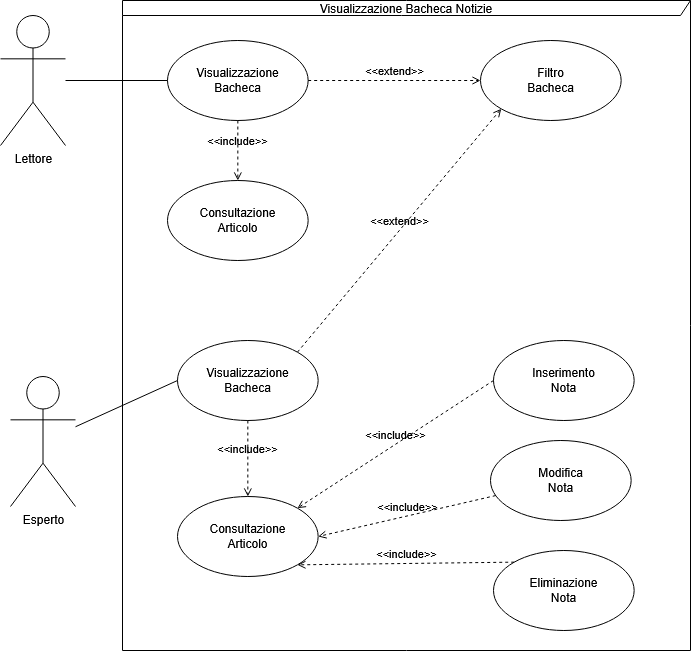
Before: docs/diagrams_src/RAD_Diagrams/UCD_VBN.png, a diagram exported from draw.io (AndreaRainone/FARIS). Source tidied: cells renumbered, new cells last; positions are measured from the earlier drawing's top-left corner, leaving out a move shared by most shapes. Its diagram source:
```xml
<mxGraphModel>
  <root>
    <mxCell id="0" />
    <mxCell id="1" parent="0" />
    <mxCell id="2" value="Visualizzazione Bacheca Notizie" style="shape=umlFrame;whiteSpace=wrap;html=1;width=640;height=15;fillColor=none;" parent="1" vertex="1">
      <mxGeometry x="122" width="568" height="650" as="geometry" />
    </mxCell>
    <mxCell id="3" style="rounded=0;jettySize=auto;html=1;entryX=0;entryY=0.5;entryDx=0;entryDy=0;defaultLabelBackgroundColor=page;endArrow=none;endFill=0;" parent="1" edge="1" source="4" target="10">
      <mxGeometry relative="1" as="geometry" />
    </mxCell>
    <mxCell id="4" value="Lettore" style="shape=umlActor;verticalLabelPosition=bottom;verticalAlign=top;html=1;labelPerimeter=1;" parent="1" vertex="1">
      <mxGeometry y="15" width="65" height="130" as="geometry" />
    </mxCell>
    <mxCell id="5" value="Inserimento&lt;br&gt;Nota" style="ellipse;html=1;whiteSpace=wrap;fillColor=none;" parent="1" vertex="1">
      <mxGeometry x="493" y="340" width="140.7" height="80" as="geometry" />
    </mxCell>
    <mxCell id="6" style="rounded=0;jettySize=auto;html=1;entryX=0;entryY=0.5;entryDx=0;entryDy=0;defaultLabelBackgroundColor=page;endArrow=none;endFill=0;" parent="1" edge="1" source="7" target="17">
      <mxGeometry relative="1" as="geometry" />
    </mxCell>
    <mxCell id="7" value="Esperto" style="shape=umlActor;verticalLabelPosition=bottom;verticalAlign=top;html=1;labelPerimeter=1;" parent="1" vertex="1">
      <mxGeometry x="10" y="376" width="65" height="130" as="geometry" />
    </mxCell>
    <mxCell id="8" value="Modifica&lt;br&gt;Nota" style="ellipse;html=1;whiteSpace=wrap;fillColor=none;" parent="1" vertex="1">
      <mxGeometry x="490" y="440" width="140.7" height="80" as="geometry" />
    </mxCell>
    <mxCell id="9" value="Eliminazione&lt;br&gt;Nota" style="ellipse;html=1;whiteSpace=wrap;fillColor=none;" parent="1" vertex="1">
      <mxGeometry x="493" y="550" width="140.7" height="80" as="geometry" />
    </mxCell>
    <mxCell id="10" value="Visualizzazione&lt;br&gt;Bacheca" style="ellipse;html=1;whiteSpace=wrap;fillColor=none;" parent="1" vertex="1">
      <mxGeometry x="167" y="40" width="140.7" height="80" as="geometry" />
    </mxCell>
    <mxCell id="11" value="Consultazione&lt;br&gt;Articolo" style="ellipse;html=1;whiteSpace=wrap;fillColor=none;" parent="1" vertex="1">
      <mxGeometry x="177" y="496" width="140.7" height="80" as="geometry" />
    </mxCell>
    <mxCell id="12" value="Filtro&lt;br&gt;Bacheca" style="ellipse;html=1;whiteSpace=wrap;fillColor=none;" parent="1" vertex="1">
      <mxGeometry x="480" y="40" width="140.7" height="80" as="geometry" />
    </mxCell>
    <mxCell id="13" value="&amp;lt;&amp;lt;extend&amp;gt;&amp;gt;" style="html=1;verticalAlign=bottom;labelBackgroundColor=none;endArrow=open;endFill=0;dashed=1;rounded=0;defaultLabelBackgroundColor=page;entryX=0;entryY=0.5;entryDx=0;entryDy=0;exitX=1;exitY=0.5;exitDx=0;exitDy=0;" parent="1" edge="1" source="10" target="12">
      <mxGeometry relative="1" as="geometry" />
    </mxCell>
    <mxCell id="14" value="&amp;lt;&amp;lt;include&amp;gt;&amp;gt;" style="html=1;verticalAlign=bottom;labelBackgroundColor=none;endArrow=open;endFill=0;dashed=1;rounded=0;defaultLabelBackgroundColor=page;entryX=1;entryY=0;entryDx=0;entryDy=0;exitX=0;exitY=0.5;exitDx=0;exitDy=0;" parent="1" edge="1" source="5" target="11">
      <mxGeometry relative="1" as="geometry" />
    </mxCell>
    <mxCell id="15" value="&amp;lt;&amp;lt;include&amp;gt;&amp;gt;" style="html=1;verticalAlign=bottom;labelBackgroundColor=none;endArrow=open;endFill=0;dashed=1;rounded=0;defaultLabelBackgroundColor=page;entryX=1;entryY=0.5;entryDx=0;entryDy=0;" parent="1" edge="1" source="8" target="11">
      <mxGeometry relative="1" as="geometry" />
    </mxCell>
    <mxCell id="16" value="&amp;lt;&amp;lt;include&amp;gt;&amp;gt;" style="html=1;verticalAlign=bottom;labelBackgroundColor=none;endArrow=open;endFill=0;dashed=1;rounded=0;defaultLabelBackgroundColor=page;entryX=1;entryY=1;entryDx=0;entryDy=0;exitX=0;exitY=0;exitDx=0;exitDy=0;" parent="1" edge="1" source="9" target="11">
      <mxGeometry relative="1" as="geometry" />
    </mxCell>
    <mxCell id="17" value="Visualizzazione&lt;br&gt;Bacheca" style="ellipse;html=1;whiteSpace=wrap;fillColor=none;" parent="1" vertex="1">
      <mxGeometry x="177" y="340" width="140.7" height="80" as="geometry" />
    </mxCell>
    <mxCell id="18" value="Consultazione&lt;br&gt;Articolo" style="ellipse;html=1;whiteSpace=wrap;fillColor=none;" parent="1" vertex="1">
      <mxGeometry x="167" y="180" width="140.7" height="80" as="geometry" />
    </mxCell>
    <mxCell id="19" value="&amp;lt;&amp;lt;include&amp;gt;&amp;gt;" style="html=1;verticalAlign=bottom;labelBackgroundColor=none;endArrow=open;endFill=0;dashed=1;rounded=0;defaultLabelBackgroundColor=page;exitX=0.5;exitY=1;exitDx=0;exitDy=0;" parent="1" edge="1" source="17" target="11">
      <mxGeometry relative="1" as="geometry" />
    </mxCell>
    <mxCell id="20" value="&amp;lt;&amp;lt;extend&amp;gt;&amp;gt;" style="html=1;verticalAlign=bottom;labelBackgroundColor=none;endArrow=open;endFill=0;dashed=1;rounded=0;defaultLabelBackgroundColor=page;exitX=1;exitY=0;exitDx=0;exitDy=0;entryX=0;entryY=1;entryDx=0;entryDy=0;" parent="1" edge="1" source="17" target="12">
      <mxGeometry relative="1" as="geometry" />
    </mxCell>
    <mxCell id="21" value="&amp;lt;&amp;lt;include&amp;gt;&amp;gt;" style="html=1;verticalAlign=bottom;labelBackgroundColor=none;endArrow=open;endFill=0;dashed=1;rounded=0;defaultLabelBackgroundColor=page;exitX=0.5;exitY=1;exitDx=0;exitDy=0;entryX=0.5;entryY=0;entryDx=0;entryDy=0;" parent="1" edge="1" source="10" target="18">
      <mxGeometry relative="1" as="geometry" />
    </mxCell>
  </root>
</mxGraphModel>
```
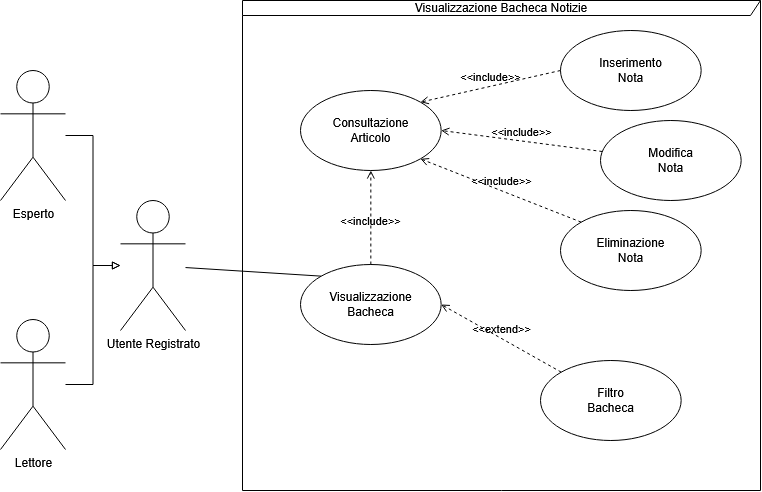
After the change.

Diff of the diagram source:
```diff
@@ -3,41 +3,35 @@
     <mxCell id="0" />
     <mxCell id="1" parent="0" />
     <mxCell id="2" value="Visualizzazione Bacheca Notizie" style="shape=umlFrame;whiteSpace=wrap;html=1;width=640;height=15;fillColor=none;" parent="1" vertex="1">
-      <mxGeometry x="122" width="568" height="650" as="geometry" />
+      <mxGeometry x="212" width="518" height="490" as="geometry" />
     </mxCell>
-    <mxCell id="3" style="rounded=0;jettySize=auto;html=1;entryX=0;entryY=0.5;entryDx=0;entryDy=0;defaultLabelBackgroundColor=page;endArrow=none;endFill=0;" parent="1" edge="1" source="4" target="10">
-      <mxGeometry relative="1" as="geometry" />
-    </mxCell>
+    <mxCell id="22" style="edgeStyle=orthogonalEdgeStyle;rounded=0;jettySize=auto;html=1;defaultLabelBackgroundColor=page;labelPadding=0 4;endArrow=block;endFill=0;" parent="1" edge="1" source="4" target="25">
+      <mxGeometry relative="1" as="geometry" />
+    </mxCell>
     <mxCell id="4" value="Lettore" style="shape=umlActor;verticalLabelPosition=bottom;verticalAlign=top;html=1;labelPerimeter=1;" parent="1" vertex="1">
-      <mxGeometry y="15" width="65" height="130" as="geometry" />
+      <mxGeometry x="-30" y="319" width="65" height="130" as="geometry" />
     </mxCell>
     <mxCell id="5" value="Inserimento&lt;br&gt;Nota" style="ellipse;html=1;whiteSpace=wrap;fillColor=none;" parent="1" vertex="1">
-      <mxGeometry x="493" y="340" width="140.7" height="80" as="geometry" />
+      <mxGeometry x="530" y="30" width="140.7" height="80" as="geometry" />
     </mxCell>
-    <mxCell id="6" style="rounded=0;jettySize=auto;html=1;entryX=0;entryY=0.5;entryDx=0;entryDy=0;defaultLabelBackgroundColor=page;endArrow=none;endFill=0;" parent="1" edge="1" source="7" target="17">
-      <mxGeometry relative="1" as="geometry" />
-    </mxCell>
+    <mxCell id="23" style="edgeStyle=orthogonalEdgeStyle;rounded=0;jettySize=auto;html=1;defaultLabelBackgroundColor=page;labelPadding=0 4;endArrow=block;endFill=0;" parent="1" edge="1" source="7" target="25">
+      <mxGeometry relative="1" as="geometry" />
+    </mxCell>
     <mxCell id="7" value="Esperto" style="shape=umlActor;verticalLabelPosition=bottom;verticalAlign=top;html=1;labelPerimeter=1;" parent="1" vertex="1">
-      <mxGeometry x="10" y="376" width="65" height="130" as="geometry" />
+      <mxGeometry x="-30" y="70" width="65" height="130" as="geometry" />
     </mxCell>
     <mxCell id="8" value="Modifica&lt;br&gt;Nota" style="ellipse;html=1;whiteSpace=wrap;fillColor=none;" parent="1" vertex="1">
-      <mxGeometry x="490" y="440" width="140.7" height="80" as="geometry" />
+      <mxGeometry x="570" y="120" width="140.7" height="80" as="geometry" />
     </mxCell>
     <mxCell id="9" value="Eliminazione&lt;br&gt;Nota" style="ellipse;html=1;whiteSpace=wrap;fillColor=none;" parent="1" vertex="1">
-      <mxGeometry x="493" y="550" width="140.7" height="80" as="geometry" />
+      <mxGeometry x="530" y="210" width="140.7" height="80" as="geometry" />
     </mxCell>
-    <mxCell id="10" value="Visualizzazione&lt;br&gt;Bacheca" style="ellipse;html=1;whiteSpace=wrap;fillColor=none;" parent="1" vertex="1">
-      <mxGeometry x="167" y="40" width="140.7" height="80" as="geometry" />
-    </mxCell>
     <mxCell id="11" value="Consultazione&lt;br&gt;Articolo" style="ellipse;html=1;whiteSpace=wrap;fillColor=none;" parent="1" vertex="1">
-      <mxGeometry x="177" y="496" width="140.7" height="80" as="geometry" />
+      <mxGeometry x="270" y="90" width="140.7" height="80" as="geometry" />
     </mxCell>
     <mxCell id="12" value="Filtro&lt;br&gt;Bacheca" style="ellipse;html=1;whiteSpace=wrap;fillColor=none;" parent="1" vertex="1">
-      <mxGeometry x="480" y="40" width="140.7" height="80" as="geometry" />
+      <mxGeometry x="510" y="360" width="140.7" height="80" as="geometry" />
     </mxCell>
-    <mxCell id="13" value="&amp;lt;&amp;lt;extend&amp;gt;&amp;gt;" style="html=1;verticalAlign=bottom;labelBackgroundColor=none;endArrow=open;endFill=0;dashed=1;rounded=0;defaultLabelBackgroundColor=page;entryX=0;entryY=0.5;entryDx=0;entryDy=0;exitX=1;exitY=0.5;exitDx=0;exitDy=0;" parent="1" edge="1" source="10" target="12">
-      <mxGeometry relative="1" as="geometry" />
-    </mxCell>
     <mxCell id="14" value="&amp;lt;&amp;lt;include&amp;gt;&amp;gt;" style="html=1;verticalAlign=bottom;labelBackgroundColor=none;endArrow=open;endFill=0;dashed=1;rounded=0;defaultLabelBackgroundColor=page;entryX=1;entryY=0;entryDx=0;entryDy=0;exitX=0;exitY=0.5;exitDx=0;exitDy=0;" parent="1" edge="1" source="5" target="11">
       <mxGeometry relative="1" as="geometry" />
     </mxCell>
@@ -48,19 +42,19 @@
       <mxGeometry relative="1" as="geometry" />
     </mxCell>
     <mxCell id="17" value="Visualizzazione&lt;br&gt;Bacheca" style="ellipse;html=1;whiteSpace=wrap;fillColor=none;" parent="1" vertex="1">
-      <mxGeometry x="177" y="340" width="140.7" height="80" as="geometry" />
+      <mxGeometry x="270" y="264" width="140.7" height="80" as="geometry" />
     </mxCell>
-    <mxCell id="18" value="Consultazione&lt;br&gt;Articolo" style="ellipse;html=1;whiteSpace=wrap;fillColor=none;" parent="1" vertex="1">
-      <mxGeometry x="167" y="180" width="140.7" height="80" as="geometry" />
-    </mxCell>
-    <mxCell id="19" value="&amp;lt;&amp;lt;include&amp;gt;&amp;gt;" style="html=1;verticalAlign=bottom;labelBackgroundColor=none;endArrow=open;endFill=0;dashed=1;rounded=0;defaultLabelBackgroundColor=page;exitX=0.5;exitY=1;exitDx=0;exitDy=0;" parent="1" edge="1" source="17" target="11">
-      <mxGeometry relative="1" as="geometry" />
+    <mxCell id="19" value="&amp;lt;&amp;lt;include&amp;gt;&amp;gt;" style="html=1;verticalAlign=bottom;labelBackgroundColor=none;endArrow=open;endFill=0;dashed=1;rounded=0;defaultLabelBackgroundColor=page;" parent="1" edge="1" source="17" target="11">
+      <mxGeometry x="-0.28" relative="1" as="geometry" />
     </mxCell>
-    <mxCell id="20" value="&amp;lt;&amp;lt;extend&amp;gt;&amp;gt;" style="html=1;verticalAlign=bottom;labelBackgroundColor=none;endArrow=open;endFill=0;dashed=1;rounded=0;defaultLabelBackgroundColor=page;exitX=1;exitY=0;exitDx=0;exitDy=0;entryX=0;entryY=1;entryDx=0;entryDy=0;" parent="1" edge="1" source="17" target="12">
+    <mxCell id="20" value="&amp;lt;&amp;lt;extend&amp;gt;&amp;gt;" style="html=1;verticalAlign=bottom;labelBackgroundColor=none;endArrow=open;endFill=0;dashed=1;rounded=0;defaultLabelBackgroundColor=page;exitX=0;exitY=0;exitDx=0;exitDy=0;entryX=1;entryY=0.5;entryDx=0;entryDy=0;" parent="1" edge="1" source="12" target="17">
       <mxGeometry relative="1" as="geometry" />
     </mxCell>
-    <mxCell id="21" value="&amp;lt;&amp;lt;include&amp;gt;&amp;gt;" style="html=1;verticalAlign=bottom;labelBackgroundColor=none;endArrow=open;endFill=0;dashed=1;rounded=0;defaultLabelBackgroundColor=page;exitX=0.5;exitY=1;exitDx=0;exitDy=0;entryX=0.5;entryY=0;entryDx=0;entryDy=0;" parent="1" edge="1" source="10" target="18">
-      <mxGeometry relative="1" as="geometry" />
-    </mxCell>
+    <mxCell id="24" style="rounded=0;jettySize=auto;html=1;entryX=0;entryY=0;entryDx=0;entryDy=0;defaultLabelBackgroundColor=page;labelPadding=0 4;endArrow=none;endFill=0;" parent="1" edge="1" source="25" target="17">
+      <mxGeometry relative="1" as="geometry" />
+    </mxCell>
+    <mxCell id="25" value="Utente Registrato" style="shape=umlActor;verticalLabelPosition=bottom;verticalAlign=top;html=1;labelPerimeter=1;" parent="1" vertex="1">
+      <mxGeometry x="90" y="200" width="65" height="130" as="geometry" />
+    </mxCell>
   </root>
 </mxGraphModel>
```
